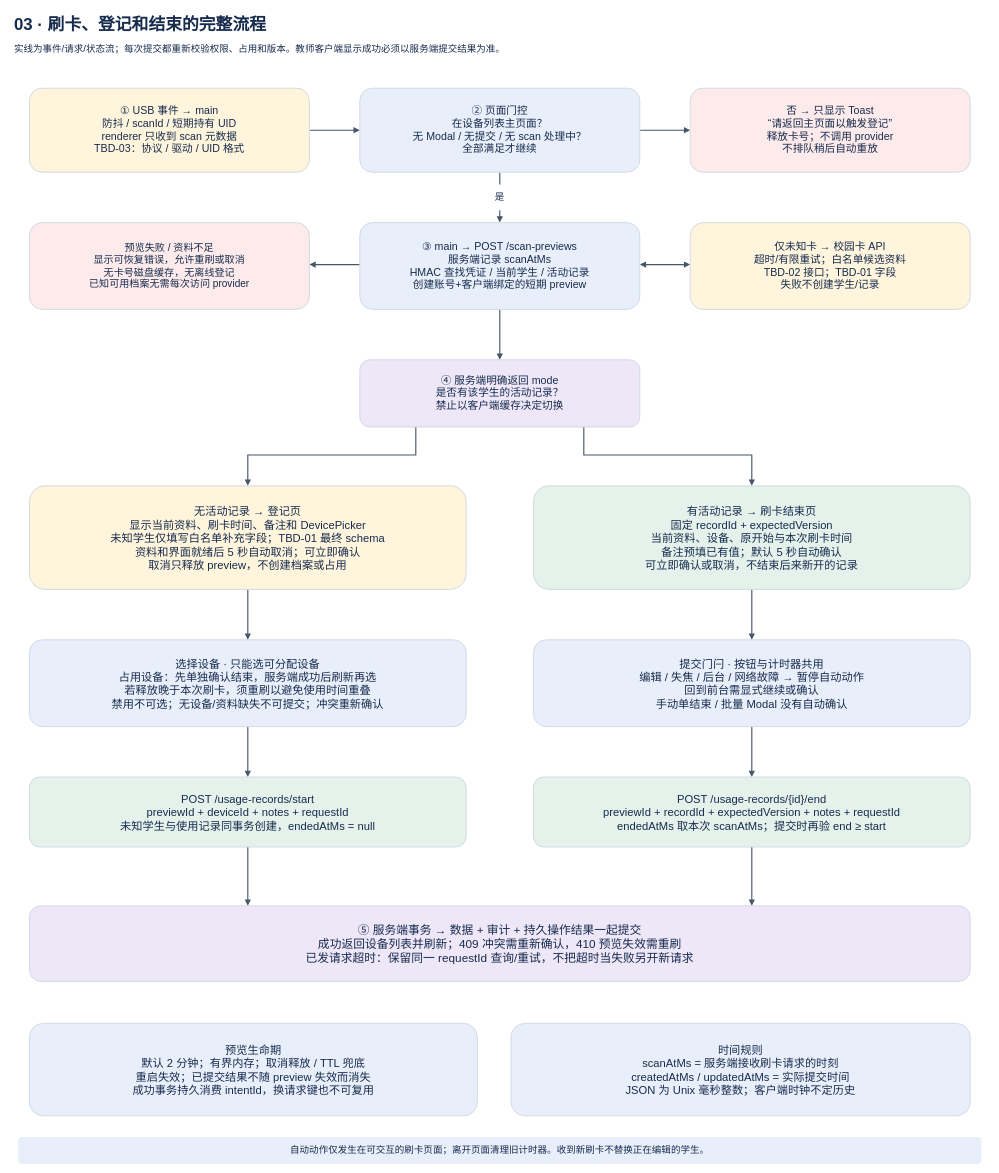
Above: page "03 · 刷卡、登记和结束的完整流程" (3 of 8) of record-only/docs/architecture.drawio in lmyzzzz/cyez-library-management (draw.io), before the change. Source tidied: cells renumbered, new cells numbered last; positions are measured from the earlier drawing's top-left corner, leaving out a move shared by most shapes. Both pictures are drawn from the tidied source at 56%, with x=0, y=0 at pixel (10, 10).
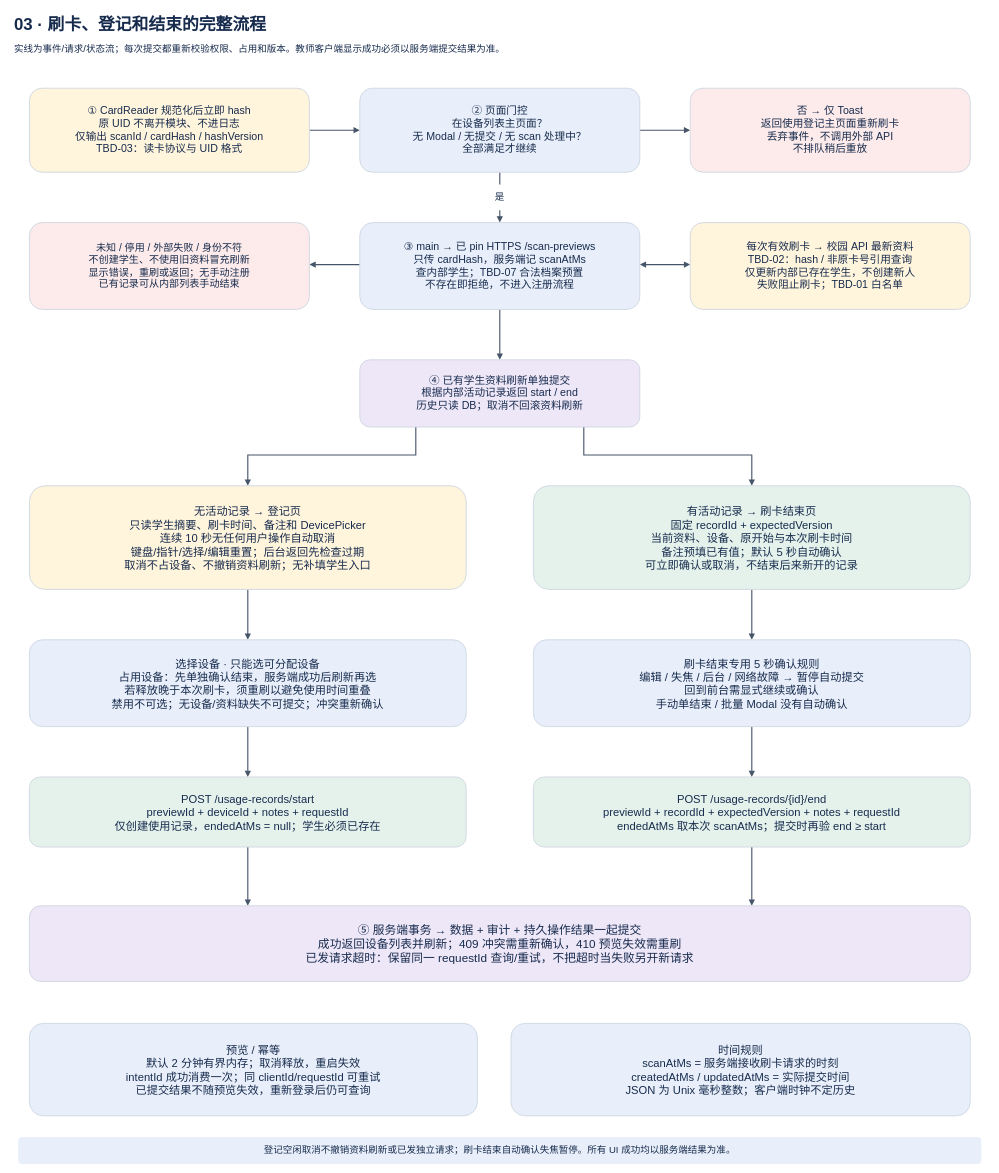
The same page after the edit.

Change to the diagram source:
```diff
@@
-    <mxCell id="18" value="① USB 事件 → main&#10;防抖 / scanId / 短期持有 UID&#10;renderer 只收到 scan 元数据&#10;TBD-03：协议 / 驱动 / UID 格式" style="rounded=1;whiteSpace=wrap;html=0;fillColor=#fff4dc;strokeColor=#cbd5e1;strokeWidth=1.5;fontColor=#172b4d;fontFamily=Microsoft YaHei;fontSize=19;fontStyle=0;align=center;verticalAlign=middle;spacing=8;" parent="1" vertex="1">
+    <mxCell id="18" value="① CardReader 规范化后立即 hash&#10;原 UID 不离开模块、不进日志&#10;仅输出 scanId / cardHash / hashVersion&#10;TBD-03：读卡协议与 UID 格式" style="rounded=1;whiteSpace=wrap;html=0;fillColor=#fff4dc;strokeColor=#cbd5e1;strokeWidth=1.5;fontColor=#172b4d;fontFamily=Microsoft YaHei;fontSize=19;fontStyle=0;align=center;verticalAlign=middle;spacing=8;" parent="1" vertex="1">
       <mxGeometry x="35" y="140" width="500" height="150" as="geometry" />
     </mxCell>
@@
-    <mxCell id="20" value="否 → 只显示 Toast&#10;“请返回主页面以触发登记”&#10;释放卡号；不调用 provider&#10;不排队稍后自动重放" style="rounded=1;whiteSpace=wrap;html=0;fillColor=#fcebea;strokeColor=#cbd5e1;strokeWidth=1.5;fontColor=#172b4d;fontFamily=Microsoft YaHei;fontSize=19;fontStyle=0;align=center;verticalAlign=middle;spacing=8;" parent="1" vertex="1">
+    <mxCell id="20" value="否 → 仅 Toast&#10;返回使用登记主页面重新刷卡&#10;丢弃事件，不调用外部 API&#10;不排队稍后重放" style="rounded=1;whiteSpace=wrap;html=0;fillColor=#fcebea;strokeColor=#cbd5e1;strokeWidth=1.5;fontColor=#172b4d;fontFamily=Microsoft YaHei;fontSize=19;fontStyle=0;align=center;verticalAlign=middle;spacing=8;" parent="1" vertex="1">
       <mxGeometry x="1215" y="140" width="500" height="150" as="geometry" />
     </mxCell>
-    <mxCell id="21" value="③ main → POST /scan-previews&#10;服务端记录 scanAtMs&#10;HMAC 查找凭证 / 当前学生 / 活动记录&#10;创建账号+客户端绑定的短期 preview" style="rounded=1;whiteSpace=wrap;html=0;fillColor=#e8effa;strokeColor=#cbd5e1;strokeWidth=1.5;fontColor=#172b4d;fontFamily=Microsoft YaHei;fontSize=19;fontStyle=0;align=center;verticalAlign=middle;spacing=8;" parent="1" vertex="1">
+    <mxCell id="21" value="③ main → 已 pin HTTPS /scan-previews&#10;只传 cardHash，服务端记 scanAtMs&#10;查内部学生；TBD-07 合法档案预置&#10;不存在即拒绝，不进入注册流程" style="rounded=1;whiteSpace=wrap;html=0;fillColor=#e8effa;strokeColor=#cbd5e1;strokeWidth=1.5;fontColor=#172b4d;fontFamily=Microsoft YaHei;fontSize=19;fontStyle=0;align=center;verticalAlign=middle;spacing=8;" parent="1" vertex="1">
       <mxGeometry x="625" y="380" width="500" height="155" as="geometry" />
     </mxCell>
@@
-    <mxCell id="23" value="仅未知卡 → 校园卡 API&#10;超时/有限重试；白名单候选资料&#10;TBD-02 接口；TBD-01 字段&#10;失败不创建学生/记录" style="rounded=1;whiteSpace=wrap;html=0;fillColor=#fff4dc;strokeColor=#cbd5e1;strokeWidth=1.5;fontColor=#172b4d;fontFamily=Microsoft YaHei;fontSize=19;fontStyle=0;align=center;verticalAlign=middle;spacing=8;" parent="1" vertex="1">
+    <mxCell id="23" value="每次有效刷卡 → 校园 API 最新资料&#10;TBD-02：hash / 非原卡号引用查询&#10;仅更新内部已存在学生，不创建新人&#10;失败阻止刷卡；TBD-01 白名单" style="rounded=1;whiteSpace=wrap;html=0;fillColor=#fff4dc;strokeColor=#cbd5e1;strokeWidth=1.5;fontColor=#172b4d;fontFamily=Microsoft YaHei;fontSize=19;fontStyle=0;align=center;verticalAlign=middle;spacing=8;" parent="1" vertex="1">
       <mxGeometry x="1215" y="380" width="500" height="155" as="geometry" />
     </mxCell>
-    <mxCell id="24" value="预览失败 / 资料不足&#10;显示可恢复错误，允许重刷或取消&#10;无卡号磁盘缓存，无离线登记&#10;已知可用档案无需每次访问 provider" style="rounded=1;whiteSpace=wrap;html=0;fillColor=#fcebea;strokeColor=#cbd5e1;strokeWidth=1.5;fontColor=#172b4d;fontFamily=Microsoft YaHei;fontSize=18;fontStyle=0;align=center;verticalAlign=middle;spacing=8;" parent="1" vertex="1">
+    <mxCell id="24" value="未知 / 停用 / 外部失败 / 身份不符&#10;不创建学生、不使用旧资料冒充刷新&#10;显示错误，重刷或返回；无手动注册&#10;已有记录可从内部列表手动结束" style="rounded=1;whiteSpace=wrap;html=0;fillColor=#fcebea;strokeColor=#cbd5e1;strokeWidth=1.5;fontColor=#172b4d;fontFamily=Microsoft YaHei;fontSize=18;fontStyle=0;align=center;verticalAlign=middle;spacing=8;" parent="1" vertex="1">
       <mxGeometry x="35" y="380" width="500" height="155" as="geometry" />
     </mxCell>
-    <mxCell id="25" value="④ 服务端明确返回 mode&#10;是否有该学生的活动记录？&#10;禁止以客户端缓存决定切换" style="rounded=1;whiteSpace=wrap;html=0;fillColor=#eee7f8;strokeColor=#cbd5e1;strokeWidth=1.5;fontColor=#172b4d;fontFamily=Microsoft YaHei;fontSize=19;fontStyle=0;align=center;verticalAlign=middle;spacing=8;" parent="1" vertex="1">
+    <mxCell id="25" value="④ 已有学生资料刷新单独提交&#10;根据内部活动记录返回 start / end&#10;历史只读 DB；取消不回滚资料刷新" style="rounded=1;whiteSpace=wrap;html=0;fillColor=#eee7f8;strokeColor=#cbd5e1;strokeWidth=1.5;fontColor=#172b4d;fontFamily=Microsoft YaHei;fontSize=19;fontStyle=0;align=center;verticalAlign=middle;spacing=8;" parent="1" vertex="1">
       <mxGeometry x="625" y="625" width="500" height="120" as="geometry" />
     </mxCell>
-    <mxCell id="26" value="无活动记录 → 登记页&#10;显示当前资料、刷卡时间、备注和 DevicePicker&#10;未知学生仅填写白名单补充字段；TBD-01 最终 schema&#10;资料和界面就绪后 5 秒自动取消；可立即确认&#10;取消只释放 preview，不创建档案或占用" style="rounded=1;whiteSpace=wrap;html=0;fillColor=#fff4dc;strokeColor=#cbd5e1;strokeWidth=1.5;fontColor=#172b4d;fontFamily=Microsoft YaHei;fontSize=20;fontStyle=0;align=center;verticalAlign=middle;spacing=8;" parent="1" vertex="1">
+    <mxCell id="26" value="无活动记录 → 登记页&#10;只读学生摘要、刷卡时间、备注和 DevicePicker&#10;连续 10 秒无任何用户操作自动取消&#10;键盘/指针/选择/编辑重置；后台返回先检查过期&#10;取消不占设备、不撤销资料刷新；无补填学生入口" style="rounded=1;whiteSpace=wrap;html=0;fillColor=#fff4dc;strokeColor=#cbd5e1;strokeWidth=1.5;fontColor=#172b4d;fontFamily=Microsoft YaHei;fontSize=20;fontStyle=0;align=center;verticalAlign=middle;spacing=8;" parent="1" vertex="1">
       <mxGeometry x="35" y="850" width="780" height="185" as="geometry" />
     </mxCell>
@@
-    <mxCell id="29" value="提交门闩 · 按钮与计时器共用&#10;编辑 / 失焦 / 后台 / 网络故障 → 暂停自动动作&#10;回到前台需显式继续或确认&#10;手动单结束 / 批量 Modal 没有自动确认" style="rounded=1;whiteSpace=wrap;html=0;fillColor=#e8effa;strokeColor=#cbd5e1;strokeWidth=1.5;fontColor=#172b4d;fontFamily=Microsoft YaHei;fontSize=20;fontStyle=0;align=center;verticalAlign=middle;spacing=8;" parent="1" vertex="1">
+    <mxCell id="29" value="刷卡结束专用 5 秒确认规则&#10;编辑 / 失焦 / 后台 / 网络故障 → 暂停自动提交&#10;回到前台需显式继续或确认&#10;手动单结束 / 批量 Modal 没有自动确认" style="rounded=1;whiteSpace=wrap;html=0;fillColor=#e8effa;strokeColor=#cbd5e1;strokeWidth=1.5;fontColor=#172b4d;fontFamily=Microsoft YaHei;fontSize=20;fontStyle=0;align=center;verticalAlign=middle;spacing=8;" parent="1" vertex="1">
       <mxGeometry x="935" y="1125" width="780" height="155" as="geometry" />
     </mxCell>
-    <mxCell id="30" value="POST /usage-records/start&#10;previewId + deviceId + notes + requestId&#10;未知学生与使用记录同事务创建，endedAtMs = null" style="rounded=1;whiteSpace=wrap;html=0;fillColor=#e4f2eb;strokeColor=#cbd5e1;strokeWidth=1.5;fontColor=#172b4d;fontFamily=Microsoft YaHei;fontSize=20;fontStyle=0;align=center;verticalAlign=middle;spacing=8;" parent="1" vertex="1">
+    <mxCell id="30" value="POST /usage-records/start&#10;previewId + deviceId + notes + requestId&#10;仅创建使用记录，endedAtMs = null；学生必须已存在" style="rounded=1;whiteSpace=wrap;html=0;fillColor=#e4f2eb;strokeColor=#cbd5e1;strokeWidth=1.5;fontColor=#172b4d;fontFamily=Microsoft YaHei;fontSize=20;fontStyle=0;align=center;verticalAlign=middle;spacing=8;" parent="1" vertex="1">
       <mxGeometry x="35" y="1370" width="780" height="125" as="geometry" />
     </mxCell>
@@
-    <mxCell id="33" value="预览生命期&#10;默认 2 分钟；有界内存；取消释放 / TTL 兜底&#10;重启失效；已提交结果不随 preview 失效而消失&#10;成功事务持久消费 intentId，换请求键也不可复用" style="rounded=1;whiteSpace=wrap;html=0;fillColor=#e8effa;strokeColor=#cbd5e1;strokeWidth=1.5;fontColor=#172b4d;fontFamily=Microsoft YaHei;fontSize=20;fontStyle=0;align=center;verticalAlign=middle;spacing=8;" parent="1" vertex="1">
+    <mxCell id="33" value="预览 / 幂等&#10;默认 2 分钟有界内存；取消释放，重启失效&#10;intentId 成功消费一次；同 clientId/requestId 可重试&#10;已提交结果不随预览失效，重新登录后仍可查询" style="rounded=1;whiteSpace=wrap;html=0;fillColor=#e8effa;strokeColor=#cbd5e1;strokeWidth=1.5;fontColor=#172b4d;fontFamily=Microsoft YaHei;fontSize=20;fontStyle=0;align=center;verticalAlign=middle;spacing=8;" parent="1" vertex="1">
       <mxGeometry x="35" y="1810" width="800" height="165" as="geometry" />
     </mxCell>
@@
-    <mxCell id="35" value="自动动作仅发生在可交互的刷卡页面；离开页面清理旧计时器。收到新刷卡不替换正在编辑的学生。" style="rounded=1;whiteSpace=wrap;html=0;fillColor=#e8effa;strokeColor=none;strokeWidth=1.5;fontColor=#172b4d;fontFamily=Microsoft YaHei;fontSize=17;fontStyle=0;align=center;verticalAlign=middle;spacing=8;" parent="1" vertex="1">
+    <mxCell id="35" value="登记空闲取消不撤销资料刷新或已发独立请求；刷卡结束自动确认失焦暂停。所有 UI 成功均以服务端结果为准。" style="rounded=1;whiteSpace=wrap;html=0;fillColor=#e8effa;strokeColor=none;strokeWidth=1.5;fontColor=#172b4d;fontFamily=Microsoft YaHei;fontSize=17;fontStyle=0;align=center;verticalAlign=middle;spacing=8;" parent="1" vertex="1">
       <mxGeometry x="15" y="2013" width="1720" height="48" as="geometry" />
     </mxCell>
```
